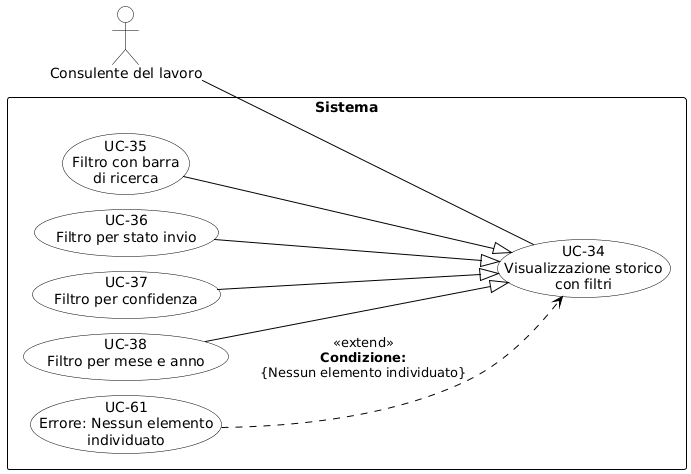
Earlier version of the PlantUML export RTB/Analisi dei Requisiti/diagrammi_use_case/UC-34.png (aLittleByte-19/Documentazione).
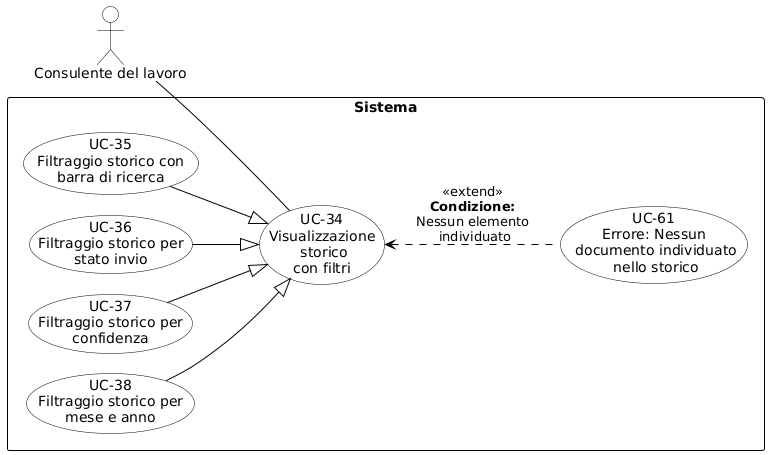
The same file after the commit.

Change to the diagram source:
```diff
@@ -1,11 +1,9 @@
 @startuml
 skinparam shadowing false
 skinparam defaultFontName Arial
-
 left to right direction
-
+skinparam nodesep 20
 skinparam ranksep 60
-skinparam nodesep 15
 
 skinparam usecase {
     BackgroundColor white
@@ -21,25 +19,25 @@
     FontStyle bold
 }
 
-actor "Consulente del lavoro" as C
+actor "Consulente del lavoro" as CL
 
 rectangle "Sistema" {
-    usecase "UC-34\nVisualizzazione storico\ncon filtri" as UC34
+    usecase "UC-34\nVisualizzazione\n storico\ncon filtri" as UC34
 
-    usecase "UC-35\nFiltro con barra\ndi ricerca" as UC35
-    usecase "UC-36\nFiltro per stato invio" as UC36
-    usecase "UC-37\nFiltro per confidenza" as UC37
-    usecase "UC-38\nFiltro per mese e anno" as UC38
+    usecase "UC-35\nFiltraggio storico con\nbarra di ricerca" as UC35
+    usecase "UC-36\nFiltraggio storico per\nstato invio" as UC36
+    usecase "UC-37\nFiltraggio storico per\nconfidenza" as UC37
+    usecase "UC-38\nFiltraggio storico per\nmese e anno" as UC38
 
-    usecase "UC-61\nErrore: Nessun elemento\nindividuato" as UC61
+    usecase "UC-61\nErrore: Nessun\n documento individuato\n nello storico" as UC61
 
-    UC35 --|> UC34
-    UC36 --|> UC34
-    UC37 --|> UC34
-    UC38 --|> UC34
+    UC35 -down-|> UC34
+    UC36 -down-|> UC34
+    UC37 -down-|> UC34
+    UC38 -down-|> UC34
 
-    UC61 ..> UC34 : <<extend>>\n**Condizione:**\n{Nessun elemento individuato}
+    UC61 .up.> UC34 : <<extend>>\n**Condizione:**\nNessun elemento\n individuato
 }
 
-C -- UC34
+CL -- UC34
 @enduml
```
